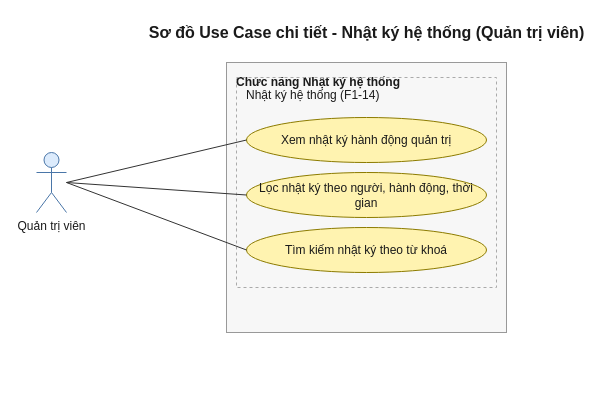
This is 08-diagram/usecase/admin/usecase_admin_nhat_ky_he_thong.drawio from daiphu1801/PRJ_ALGOPREP, a draw.io file, before an edit. Source tidied: cells renumbered, new cells numbered last; positions are measured from the earlier drawing's top-left corner, leaving out a move shared by most shapes. Both pictures are drawn from the tidied source at 100%, with x=0, y=0 at pixel (36, 17).
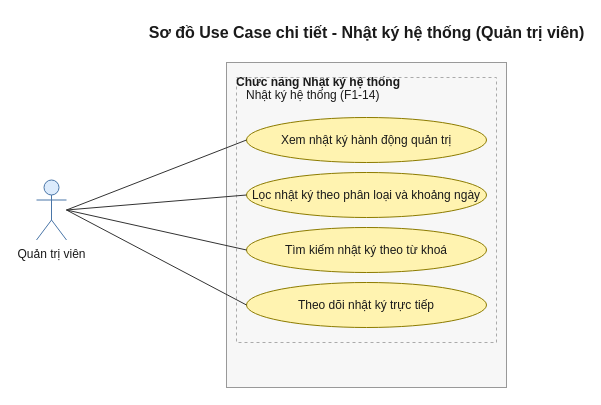
Above is the later version.

Diff of the diagram source:
```diff
@@
 <mxGraphModel>
   <root>
     <mxCell id="0" />
     <mxCell id="1" parent="0" />
     <mxCell id="2" value="Chức năng Nhật ký hệ thống" style="rounded=0;whiteSpace=wrap;html=1;fillColor=#F7F7F7;strokeColor=#999999;verticalAlign=top;align=left;spacingLeft=8;spacingTop=6;fontColor=#1A1A1A;fontStyle=1;" parent="1" vertex="1">
-      <mxGeometry x="190" y="45" width="280" height="270" as="geometry" />
+      <mxGeometry x="190" y="45" width="280" height="325" as="geometry" />
     </mxCell>
     <mxCell id="3" value="Sơ đồ Use Case chi tiết - Nhật ký hệ thống (Quản trị viên)" style="text;html=1;fontSize=16;fontStyle=1;align=center;verticalAlign=middle;fontColor=#1A1A1A;" parent="1" vertex="1">
       <mxGeometry x="190" width="280" height="30" as="geometry" />
     </mxCell>
     <mxCell id="4" value="Nhật ký hệ thống (F1-14)" style="rounded=0;dashed=1;whiteSpace=wrap;html=1;fillColor=none;strokeColor=#AAAAAA;verticalAlign=top;align=left;spacingLeft=8;spacingTop=4;fontColor=#1A1A1A;" parent="1" vertex="1">
-      <mxGeometry x="200" y="60" width="260" height="210" as="geometry" />
+      <mxGeometry x="200" y="60" width="260" height="265" as="geometry" />
     </mxCell>
     <mxCell id="5" value="Xem nhật ký hành động quản trị" style="ellipse;whiteSpace=wrap;html=1;fillColor=#FFF3B0;strokeColor=#8C7B00;fontColor=#1A1A1A;" parent="1" vertex="1">
       <mxGeometry x="210" y="100" width="240" height="45" as="geometry" />
     </mxCell>
-    <mxCell id="6" value="Lọc nhật ký theo người, hành động, thời gian" style="ellipse;whiteSpace=wrap;html=1;fillColor=#FFF3B0;strokeColor=#8C7B00;fontColor=#1A1A1A;" parent="1" vertex="1">
+    <mxCell id="6" value="Lọc nhật ký theo phân loại và khoảng ngày" style="ellipse;whiteSpace=wrap;html=1;fillColor=#FFF3B0;strokeColor=#8C7B00;fontColor=#1A1A1A;" parent="1" vertex="1">
       <mxGeometry x="210" y="155" width="240" height="45" as="geometry" />
     </mxCell>
     <mxCell id="7" value="Tìm kiếm nhật ký theo từ khoá" style="ellipse;whiteSpace=wrap;html=1;fillColor=#FFF3B0;strokeColor=#8C7B00;fontColor=#1A1A1A;" parent="1" vertex="1">
       <mxGeometry x="210" y="210" width="240" height="45" as="geometry" />
     </mxCell>
-    <mxCell id="8" value="Quản trị viên" style="shape=umlActor;verticalLabelPosition=bottom;verticalAlign=top;html=1;outlineConnect=0;fillColor=#DCEBFC;strokeColor=#4A76A8;fontColor=#1A1A1A;" parent="1" vertex="1">
-      <mxGeometry y="135" width="30" height="60" as="geometry" />
+    <mxCell id="8" value="Theo dõi nhật ký trực tiếp" style="ellipse;whiteSpace=wrap;html=1;fillColor=#FFF3B0;strokeColor=#8C7B00;fontColor=#1A1A1A;" parent="1" vertex="1">
+      <mxGeometry x="210" y="265" width="240" height="45" as="geometry" />
     </mxCell>
-    <mxCell id="9" style="edgeStyle=none;html=1;endArrow=none;startArrow=none;strokeColor=#333333;exitX=1;exitY=0.5;exitDx=0;exitDy=0;entryX=0;entryY=0.5;entryDx=0;entryDy=0;" parent="1" edge="1" source="8" target="5">
-      <mxGeometry relative="1" as="geometry" />
-    </mxCell>
+    <mxCell id="12" value="Quản trị viên" style="shape=umlActor;verticalLabelPosition=bottom;verticalAlign=top;html=1;outlineConnect=0;fillColor=#DCEBFC;strokeColor=#4A76A8;fontColor=#1A1A1A;" parent="1" vertex="1">
+      <mxGeometry y="162.5" width="30" height="60" as="geometry" />
+    </mxCell>
-    <mxCell id="10" style="edgeStyle=none;html=1;endArrow=none;startArrow=none;strokeColor=#333333;exitX=1;exitY=0.5;exitDx=0;exitDy=0;entryX=0;entryY=0.5;entryDx=0;entryDy=0;" parent="1" edge="1" source="8" target="6">
+    <mxCell id="10" style="edgeStyle=none;html=1;endArrow=none;startArrow=none;strokeColor=#333333;exitX=1;exitY=0.5;exitDx=0;exitDy=0;entryX=0;entryY=0.5;entryDx=0;entryDy=0;" parent="1" edge="1" source="12" target="5">
       <mxGeometry relative="1" as="geometry" />
     </mxCell>
-    <mxCell id="11" style="edgeStyle=none;html=1;endArrow=none;startArrow=none;strokeColor=#333333;exitX=1;exitY=0.5;exitDx=0;exitDy=0;entryX=0;entryY=0.5;entryDx=0;entryDy=0;" parent="1" edge="1" source="8" target="7">
+    <mxCell id="11" style="edgeStyle=none;html=1;endArrow=none;startArrow=none;strokeColor=#333333;exitX=1;exitY=0.5;exitDx=0;exitDy=0;entryX=0;entryY=0.5;entryDx=0;entryDy=0;" parent="1" edge="1" source="12" target="6">
       <mxGeometry relative="1" as="geometry" />
     </mxCell>
+    <mxCell id="13" style="edgeStyle=none;html=1;endArrow=none;startArrow=none;strokeColor=#333333;exitX=1;exitY=0.5;exitDx=0;exitDy=0;entryX=0;entryY=0.5;entryDx=0;entryDy=0;" parent="1" edge="1" source="12" target="7">
+      <mxGeometry relative="1" as="geometry" />
+    </mxCell>
+    <mxCell id="14" style="edgeStyle=none;html=1;endArrow=none;startArrow=none;strokeColor=#333333;exitX=1;exitY=0.5;exitDx=0;exitDy=0;entryX=0;entryY=0.5;entryDx=0;entryDy=0;" parent="1" edge="1" source="12" target="8">
+      <mxGeometry relative="1" as="geometry" />
+    </mxCell>
   </root>
 </mxGraphModel>
```
